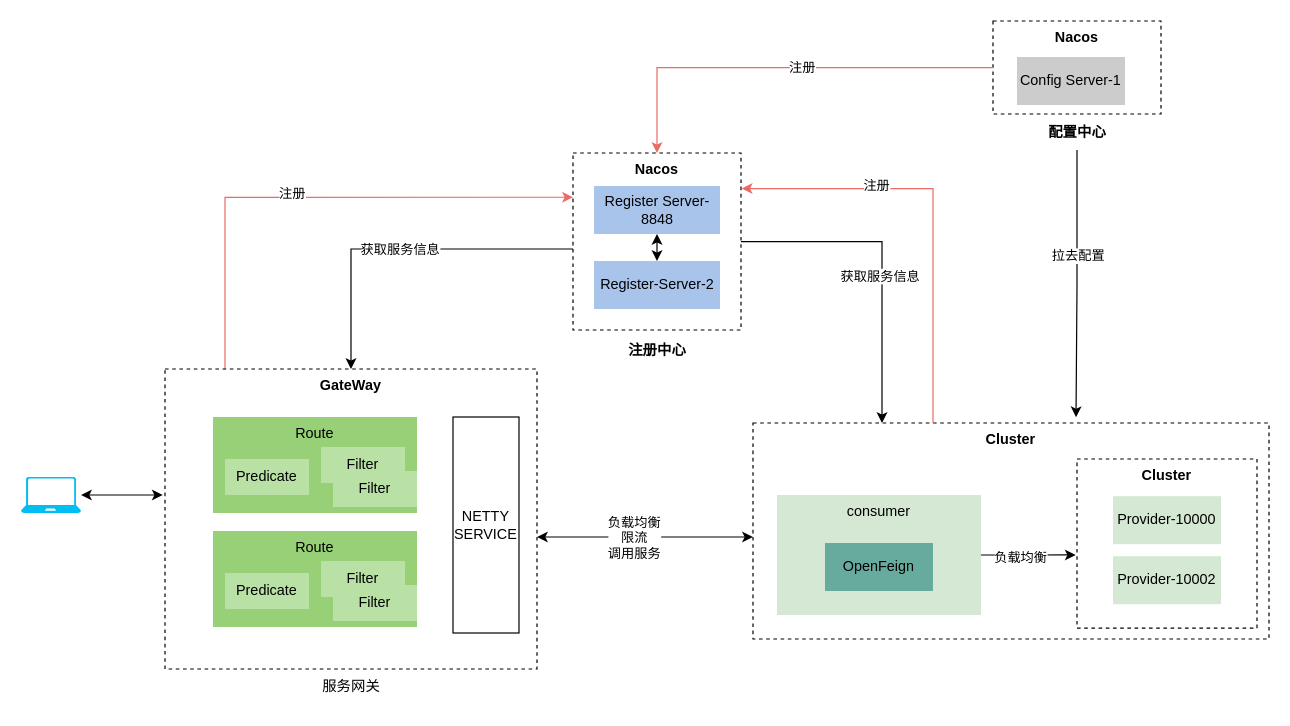
Before: asserts/架构图.drawio in RainbowJier/SpringCloud, a draw.io diagram. Source tidied: cells renumbered, new cells numbered last; positions are measured from the earlier drawing's top-left corner, leaving out a move shared by most shapes. Both pictures are drawn from the tidied source at 120%, with x=0, y=0 at pixel (20, 20).
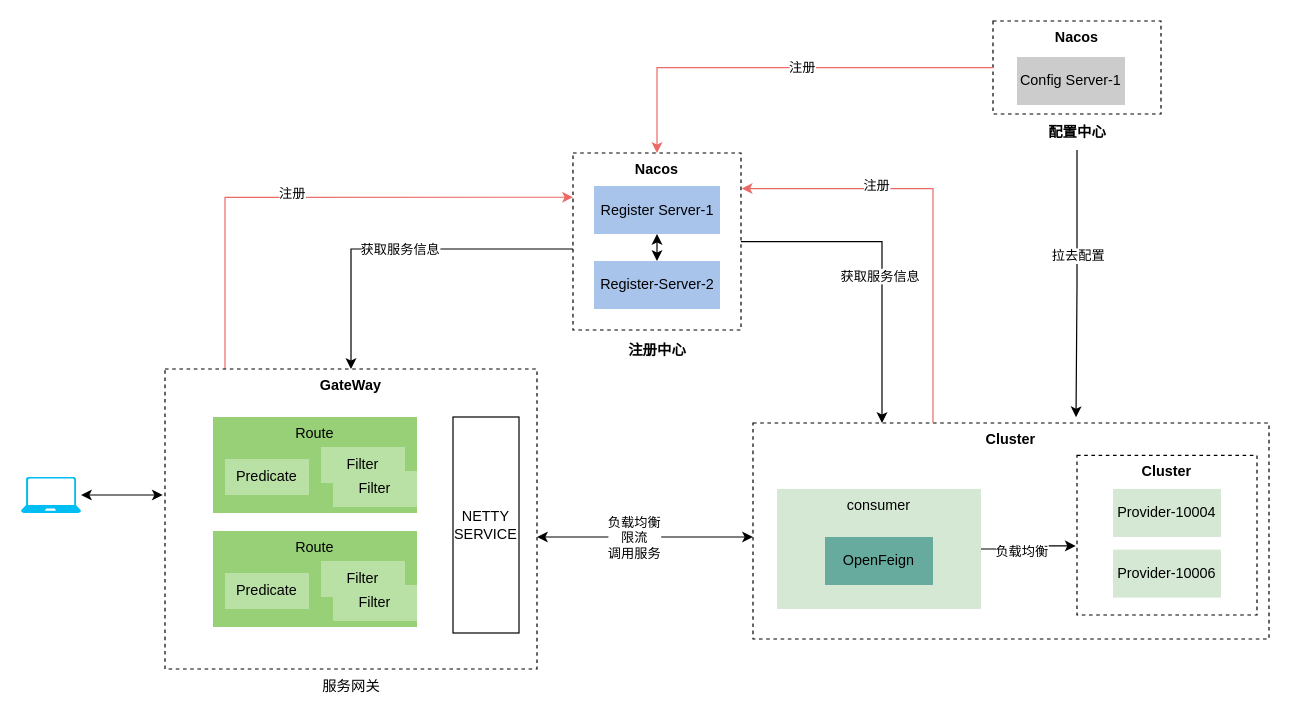
The same diagram, later.

Commit message:
更新架构图.drawio

The change refers to these unchanged cells:
```xml
<mxCell id="11" style="group;" parent="1" vertex="1">
  <mxGeometry x="460" y="110" width="140" height="147.5" as="geometry" />
</mxCell>
<mxCell id="30" style="group;" parent="1" vertex="1">
  <mxGeometry x="610" y="335" width="430" height="180" as="geometry" />
</mxCell>
```

What changed in the source:
```diff
@@
-    <mxCell id="14" value="Register Server-8848" style="rounded=0;whiteSpace=wrap;html=1;fillColor=#A9C4EB;strokeColor=none;" parent="11" vertex="1">
+    <mxCell id="14" value="Register Server-1" style="rounded=0;whiteSpace=wrap;html=1;fillColor=#A9C4EB;strokeColor=none;" parent="11" vertex="1">
       <mxGeometry x="17.5" y="27.5" width="105" height="40" as="geometry" />
     </mxCell>
@@
     <mxCell id="32" style="group;" parent="30" vertex="1">
-      <mxGeometry x="20" y="60" width="170" height="100" as="geometry" />
+      <mxGeometry x="20" y="55" width="170" height="100" as="geometry" />
     </mxCell>
@@
-    <mxCell id="35" style="group;" parent="30" vertex="1">
-      <mxGeometry x="270" y="30" width="150" height="141" as="geometry" />
-    </mxCell>
-    <mxCell id="36" value="Provider-10000" style="rounded=0;whiteSpace=wrap;html=1;fillColor=#D5E8D4;strokeColor=none;" parent="35" vertex="1">
-      <mxGeometry x="30" y="31" width="90" height="40" as="geometry" />
-    </mxCell>
-    <mxCell id="37" value="Provider-10002" style="rounded=0;whiteSpace=wrap;html=1;fillColor=#D5E8D4;strokeColor=none;" parent="35" vertex="1">
-      <mxGeometry x="30" y="81" width="90" height="40" as="geometry" />
-    </mxCell>
-    <mxCell id="38" value="&lt;b&gt;Cluster&lt;/b&gt;" style="rounded=0;whiteSpace=wrap;html=1;fillColor=none;dashed=1;verticalAlign=top;" parent="35" vertex="1">
-      <mxGeometry width="150" height="141" as="geometry" />
+    <mxCell id="38" value="&lt;b&gt;Cluster&lt;/b&gt;" style="rounded=0;whiteSpace=wrap;html=1;fillColor=none;dashed=1;verticalAlign=top;" parent="30" vertex="1">
+      <mxGeometry x="270" y="27" width="150" height="133" as="geometry" />
     </mxCell>
@@
+    <mxCell id="37" value="Provider-10004" style="rounded=0;whiteSpace=wrap;html=1;fillColor=#D5E8D4;strokeColor=none;" parent="30" vertex="1">
+      <mxGeometry x="300" y="55" width="90" height="40" as="geometry" />
+    </mxCell>
+    <mxCell id="36" value="Provider-10006" style="rounded=0;whiteSpace=wrap;html=1;fillColor=#D5E8D4;strokeColor=none;" parent="30" vertex="1">
+      <mxGeometry x="300" y="105.5" width="90" height="40" as="geometry" />
+    </mxCell>
```
